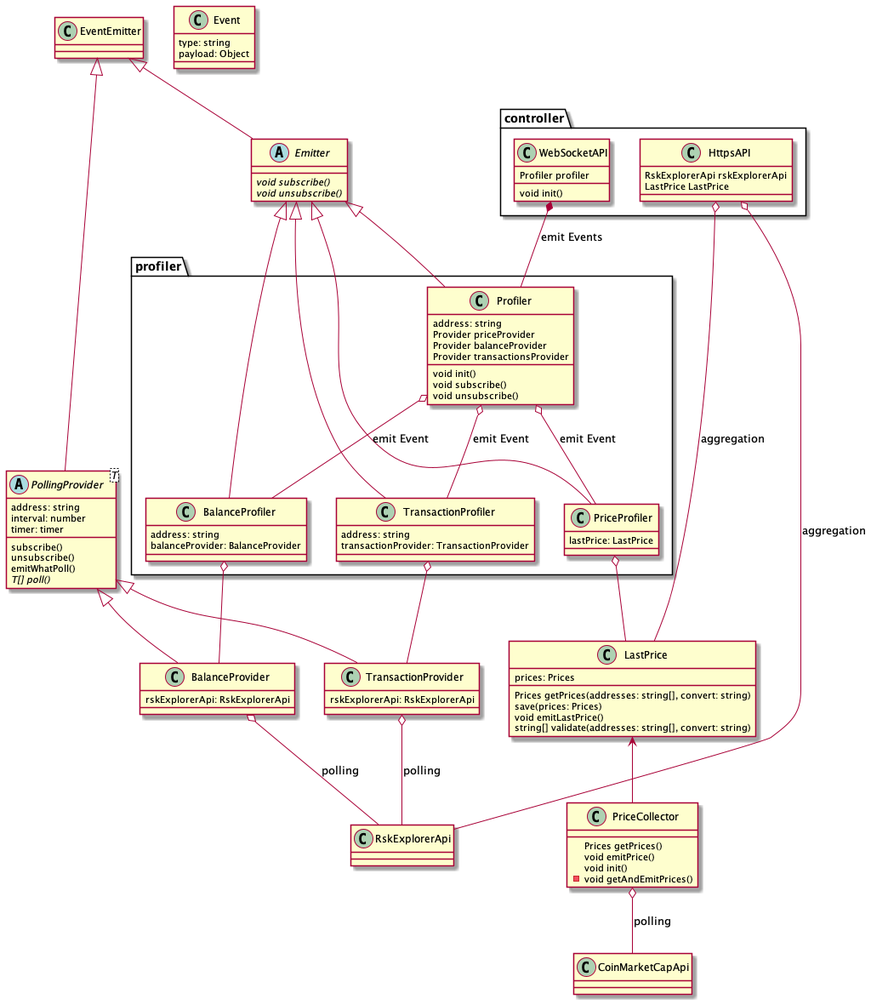
rsksmart/rif-wallet-services keeps this PlantUML diagram as docs/class_diagram.png. Above is the earlier version.
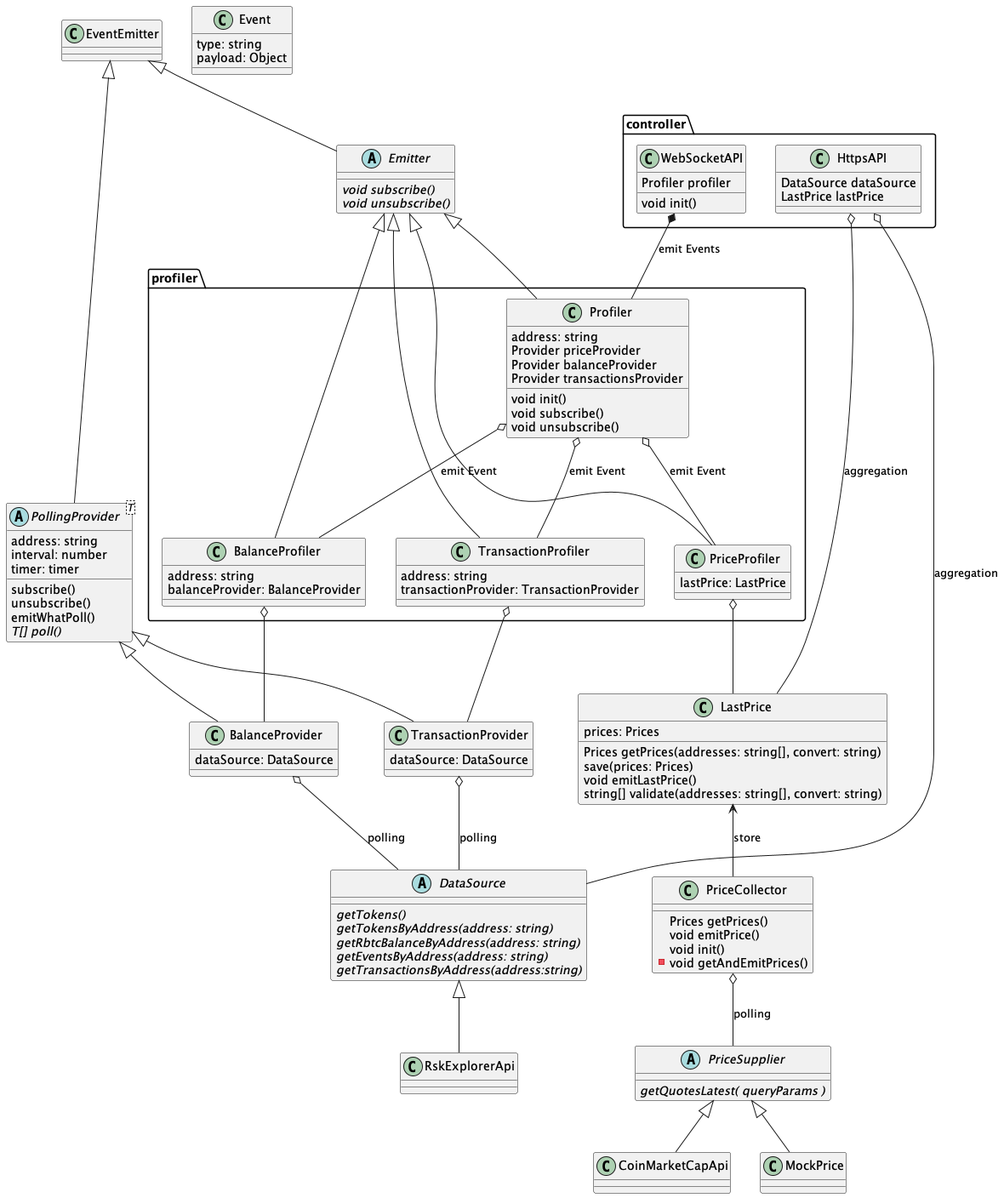
After the change.

The edit, as a diff of the source:
```diff
@@ -5,8 +5,8 @@
 }
 
 class controller.HttpsAPI {
-  RskExplorerApi rskExplorerApi
-  LastPrice LastPrice
+  DataSource dataSource
+  LastPrice lastPrice
 }
 
 class PriceCollector {
@@ -55,7 +55,7 @@
 }
 
 class BalanceProvider extends PollingProvider {
-  rskExplorerApi: RskExplorerApi
+  dataSource: DataSource
 }
 
 class profiler.BalanceProfiler extends Emitter {
@@ -64,7 +64,7 @@
 }
 
 class TransactionProvider extends PollingProvider {
-  rskExplorerApi: RskExplorerApi
+  dataSource: DataSource
 }
 
 class profiler.TransactionProfiler extends Emitter {
@@ -76,16 +76,32 @@
   lastPrice: LastPrice
 }
 
-class RskExplorerApi {
+class RskExplorerApi extends DataSource {
 
 }
 
-class CoinMarketCapApi {
+class CoinMarketCapApi extends PriceSupplier{
+
+}
+
+class MockPrice extends PriceSupplier {
 
 }
 
 class EventEmitter {
 
+}
+
+abstract class PriceSupplier {
+  {abstract} getQuotesLatest( queryParams )
+}
+
+abstract class DataSource {
+  {abstract} getTokens()
+  {abstract} getTokensByAddress(address: string)
+  {abstract} getRbtcBalanceByAddress(address: string)
+  {abstract} getEventsByAddress(address: string)
+  {abstract} getTransactionsByAddress(address:string)
 }
 
 profiler.Profiler o-- profiler.PriceProfiler : emit Event
@@ -94,11 +110,11 @@
 profiler.BalanceProfiler o-- BalanceProvider
 profiler.TransactionProfiler o-- TransactionProvider
 profiler.PriceProfiler o-- LastPrice
-BalanceProvider o-- RskExplorerApi : polling
-TransactionProvider o-- RskExplorerApi : polling
+BalanceProvider o-- DataSource : polling
+TransactionProvider o-- DataSource : polling
 controller.WebSocketAPI *-- profiler.Profiler : emit Events
-controller.HttpsAPI o-- RskExplorerApi : aggregation
+controller.HttpsAPI o-- DataSource : aggregation
 controller.HttpsAPI o-- LastPrice : aggregation
-PriceCollector o-- CoinMarketCapApi : polling
-LastPrice <-- PriceCollector
+PriceCollector o-- PriceSupplier : polling
+LastPrice <-- PriceCollector : store
 @enduml
```
